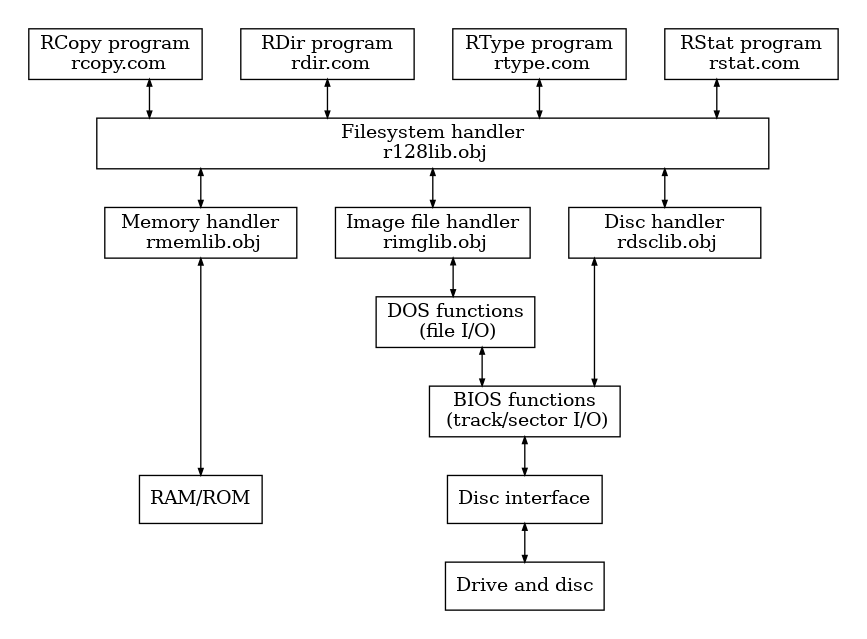
This is picture/r128-dos.png from pozsarzs/r128fs, a Graphviz export, as it was before one commit. Its source is kept beside it as picture/r128-dos.dot. Source of this version:
```dot
digraph R128_DOS {
  pad=0.3;
  splines=ortho;
  edge [arrowsize=0.5];
  node [shape=box];
  nodesep=0.4;
  ranksep=0.4;

  APP1 [label="RCopy program\n rcopy.com", width=1.8, rank=1];
  APP2 [label="RDir program\n rdir.com", width=1.8, rank=1];
  APP3 [label="RType program\n rtype.com", width=1.8, rank=1];
  APP4 [label="RStat program\n rstat.com", width=1.8, rank=1];
  {rank=same; APP1; APP2; APP3; APP4};

  R1LIB[label="Filesystem handler\n r128lib.obj",  width=7, rank=2];
  RMLIB [label="Memory handler\n rmemlib.obj", width=2, rank=3];
  RILIB [label="Image file handler\n rimglib.obj", width=2, rank=3];
  RDLIB [label="Disc handler\n rdsclib.obj", width=2, rank=3];
  {rank=same; RMLIB; RILIB; RDLIB};

  DOS [label="DOS functions\n (file I/O)", rank=4];
  BIOS [label="BIOS functions\n (track/sector I/O)", rank=5];
  DSIF [label="Disc interface", rank=6];
  MEM [label="RAM/ROM", rank=6];
  {rank=same; DSIF; MEM};
  DISC [label="Drive and disc", rank=7];

  APP1 -> R1LIB [dir=both];
  APP2 -> R1LIB [dir=both];
  APP3 -> R1LIB [dir=both];
  APP4 -> R1LIB [dir=both];
  R1LIB -> RMLIB [dir=both];
  RMLIB -> MEM [dir=both];
  R1LIB -> RILIB [dir=both];
  RILIB -> DOS [dir=both];
  DOS   -> BIOS [dir=both];
  BIOS  -> DSIF [dir=both];
  DSIF  -> DISC [dir=both];
  R1LIB -> RDLIB [dir=both];
  RDLIB -> BIOS [dir=both];
}
```
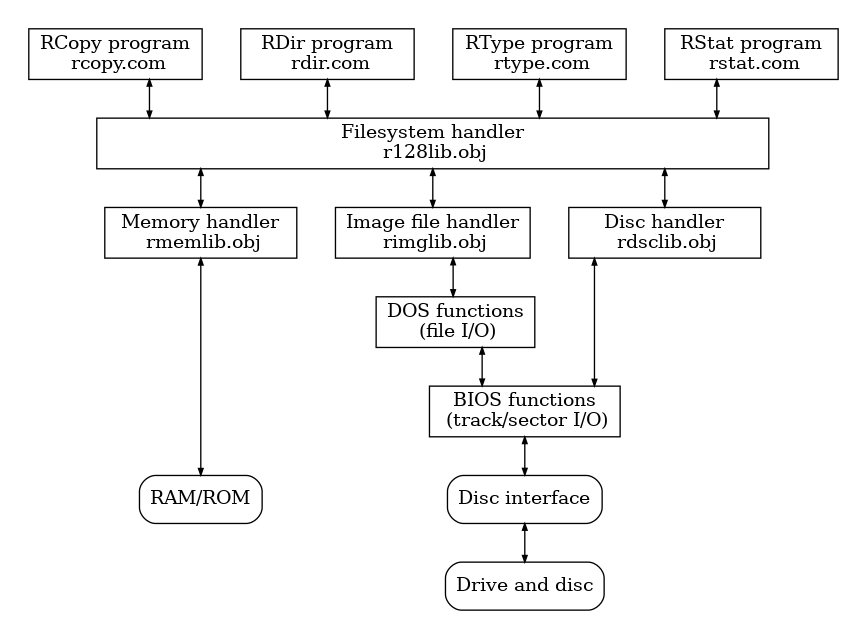
After the change.

Diff of the diagram source:
```diff
@@ -20,10 +20,10 @@
 
   DOS [label="DOS functions\n (file I/O)", rank=4];
   BIOS [label="BIOS functions\n (track/sector I/O)", rank=5];
-  DSIF [label="Disc interface", rank=6];
-  MEM [label="RAM/ROM", rank=6];
+  DSIF [label="Disc interface", style=rounded, rank=6];
+  MEM [label="RAM/ROM", style=rounded, rank=6];
   {rank=same; DSIF; MEM};
-  DISC [label="Drive and disc", rank=7];
+  DISC [label="Drive and disc", style=rounded, rank=7];
 
   APP1 -> R1LIB [dir=both];
   APP2 -> R1LIB [dir=both];
```
